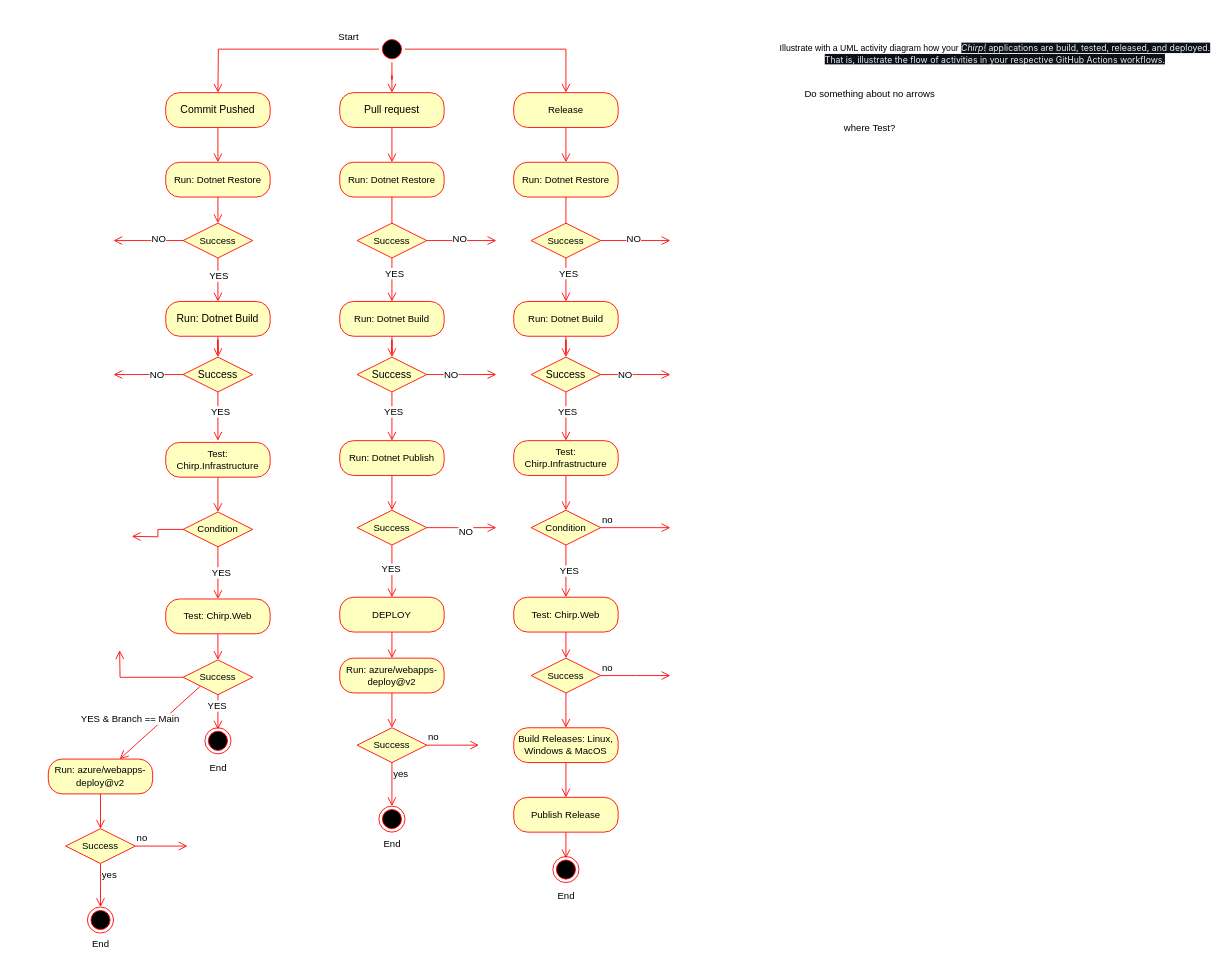
This is docs/images/BuildTestReleaseDeploy.drawio from ITU-BDSA23-GROUP22/Chirp, a draw.io file, before an edit. Source tidied: cells renumbered, new cells numbered last; positions are measured from the earlier drawing's top-left corner, leaving out a move shared by most shapes. Both pictures are drawn from the tidied source at 87%, with x=0, y=0 at pixel (48, 23).
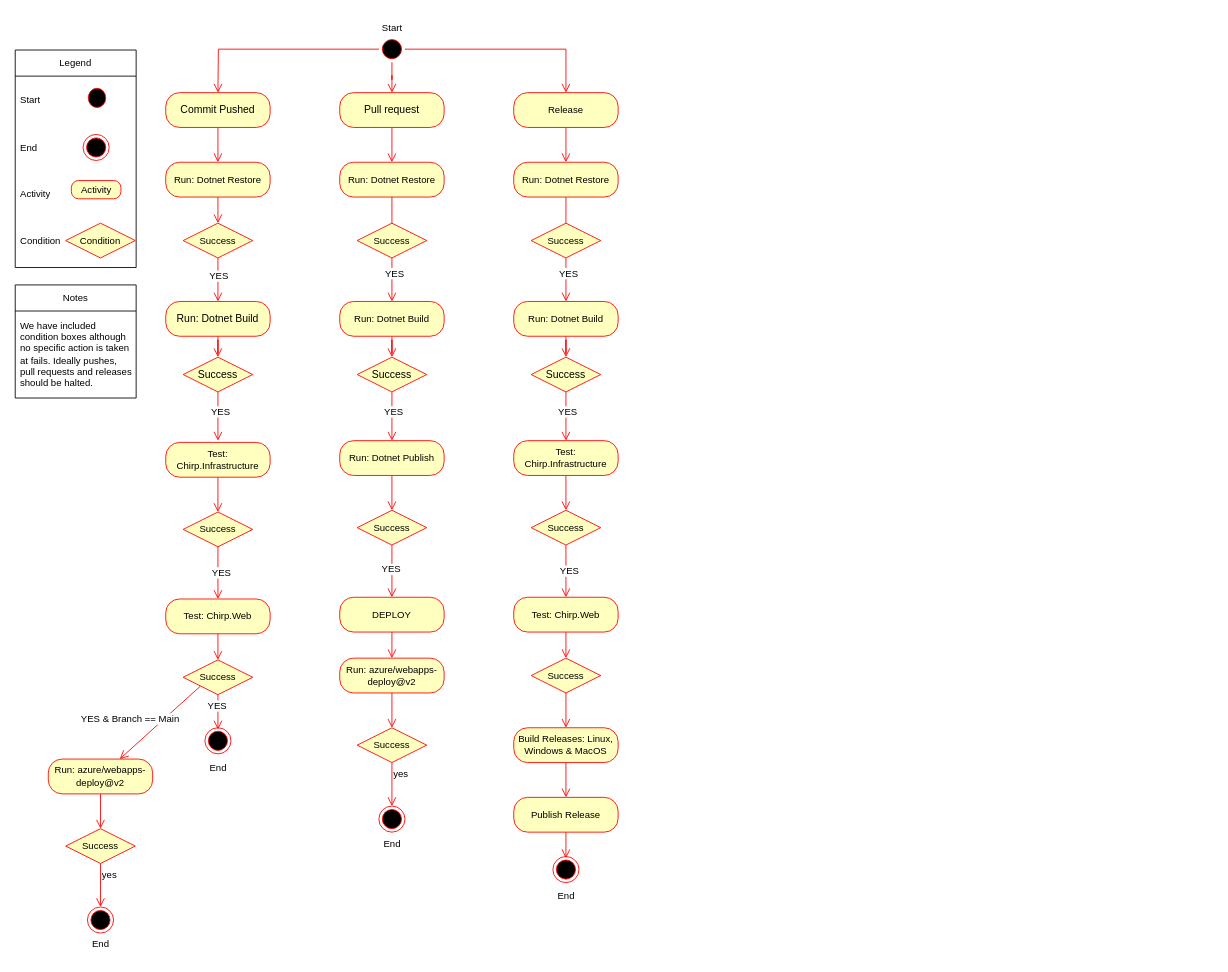
After the change.

Unchanged cells that the change refers to:
```xml
<mxCell id="13" value="Success" style="rhombus;whiteSpace=wrap;html=1;fontColor=#000000;fillColor=#ffffc0;strokeColor=#ff0000;" parent="1" vertex="1">
  <mxGeometry x="155" y="383" width="80" height="40" as="geometry" />
</mxCell>
<mxCell id="25" value="Success" style="rhombus;whiteSpace=wrap;html=1;fontColor=#000000;fillColor=#ffffc0;strokeColor=#ff0000;" parent="1" vertex="1">
  <mxGeometry x="355" y="383" width="80" height="40" as="geometry" />
</mxCell>
<mxCell id="36" value="Success" style="rhombus;whiteSpace=wrap;html=1;fontColor=#000000;fillColor=#ffffc0;strokeColor=#ff0000;fontFamily=Helvetica;fontSize=11;" parent="1" vertex="1">
  <mxGeometry x="355" y="229" width="80" height="40" as="geometry" />
</mxCell>
<mxCell id="41" value="Success" style="rhombus;whiteSpace=wrap;html=1;fontColor=#000000;fillColor=#ffffc0;strokeColor=#ff0000;fontFamily=Helvetica;fontSize=11;" parent="1" vertex="1">
  <mxGeometry x="155" y="229" width="80" height="40" as="geometry" />
</mxCell>
<mxCell id="46" value="Success" style="rhombus;whiteSpace=wrap;html=1;fontColor=#000000;fillColor=#ffffc0;strokeColor=#ff0000;fontFamily=Helvetica;fontSize=11;" parent="1" vertex="1">
  <mxGeometry x="355" y="559" width="80" height="40" as="geometry" />
</mxCell>
<mxCell id="51" value="Success" style="rhombus;whiteSpace=wrap;html=1;fontColor=#000000;fillColor=#ffffc0;strokeColor=#ff0000;fontFamily=Helvetica;fontSize=11;" parent="1" vertex="1">
  <mxGeometry x="355" y="809" width="80" height="40" as="geometry" />
</mxCell>
<mxCell id="64" value="Success" style="rhombus;whiteSpace=wrap;html=1;fontColor=#000000;fillColor=#ffffc0;strokeColor=#ff0000;" parent="1" vertex="1">
  <mxGeometry x="555" y="383" width="80" height="40" as="geometry" />
</mxCell>
<mxCell id="71" value="Success" style="rhombus;whiteSpace=wrap;html=1;fontColor=#000000;fillColor=#ffffc0;strokeColor=#ff0000;fontFamily=Helvetica;fontSize=11;" parent="1" vertex="1">
  <mxGeometry x="555" y="229" width="80" height="40" as="geometry" />
</mxCell>
<mxCell id="81" value="Success" style="rhombus;whiteSpace=wrap;html=1;fontColor=#000000;fillColor=#ffffc0;strokeColor=#ff0000;fontFamily=Helvetica;fontSize=11;" parent="1" vertex="1">
  <mxGeometry x="555" y="729" width="80" height="40" as="geometry" />
</mxCell>
<mxCell id="103" value="Success" style="rhombus;whiteSpace=wrap;html=1;fontColor=#000000;fillColor=#ffffc0;strokeColor=#ff0000;fontFamily=Helvetica;fontSize=11;" parent="1" vertex="1">
  <mxGeometry x="155" y="731" width="80" height="40" as="geometry" />
</mxCell>
<mxCell id="108" value="Success" style="rhombus;whiteSpace=wrap;html=1;fontColor=#000000;fillColor=#ffffc0;strokeColor=#ff0000;fontFamily=Helvetica;fontSize=11;" parent="1" vertex="1">
  <mxGeometry x="20" y="925" width="80" height="40" as="geometry" />
</mxCell>
```

Change to the diagram source:
```diff
@@
-    <mxCell id="2" value="Illustrate with a UML activity diagram how your&amp;nbsp;&lt;em style=&quot;box-sizing: border-box; color: rgb(230, 237, 243); font-family: -apple-system, BlinkMacSystemFont, &amp;quot;Segoe UI&amp;quot;, &amp;quot;Noto Sans&amp;quot;, Helvetica, Arial, sans-serif, &amp;quot;Apple Color Emoji&amp;quot;, &amp;quot;Segoe UI Emoji&amp;quot;; font-size: 10px; text-align: start; background-color: rgb(13, 17, 23);&quot;&gt;Chirp!&lt;/em&gt;&lt;span style=&quot;color: rgb(230, 237, 243); font-family: -apple-system, BlinkMacSystemFont, &amp;quot;Segoe UI&amp;quot;, &amp;quot;Noto Sans&amp;quot;, Helvetica, Arial, sans-serif, &amp;quot;Apple Color Emoji&amp;quot;, &amp;quot;Segoe UI Emoji&amp;quot;; font-size: 10px; text-align: start; background-color: rgb(13, 17, 23);&quot;&gt;&amp;nbsp;applications are build, tested, released, and deployed. &lt;br style=&quot;font-size: 10px;&quot;&gt;That is, illustrate the flow of activities in your respective GitHub Actions workflows.&lt;/span&gt;" style="text;html=1;align=center;verticalAlign=middle;strokeColor=none;fillColor=none;fontSize=10;" parent="1" vertex="1">
-      <mxGeometry x="838" y="14" width="500" height="40" as="geometry" />
-    </mxCell>
@@
-    <mxCell id="11" style="edgeStyle=orthogonalEdgeStyle;shape=connector;rounded=0;jettySize=auto;html=1;exitX=0;exitY=0.5;exitDx=0;exitDy=0;labelBackgroundColor=default;strokeColor=#ff0000;align=center;verticalAlign=bottom;fontFamily=Helvetica;fontSize=11;fontColor=default;endArrow=open;endSize=8;" parent="1" edge="1" source="13">
-      <mxGeometry relative="1" as="geometry">
-        <mxPoint x="75" y="403" as="targetPoint" />
-      </mxGeometry>
-    </mxCell>
-    <mxCell id="12" value="NO" style="edgeLabel;html=1;align=center;verticalAlign=middle;fontSize=11;fontFamily=Helvetica;fontColor=default;" parent="11" vertex="1">
-      <mxGeometry x="-0.22" relative="1" as="geometry" />
-    </mxCell>
@@
     <mxCell id="18" value="Start" style="text;html=1;align=center;verticalAlign=middle;strokeColor=none;fillColor=none;fontSize=11;fontFamily=Helvetica;fontColor=default;" parent="1" vertex="1">
-      <mxGeometry x="320" width="50" height="30" as="geometry" />
+      <mxGeometry x="370" y="-10" width="50" height="30" as="geometry" />
     </mxCell>
@@
-    <mxCell id="21" style="edgeStyle=orthogonalEdgeStyle;shape=connector;rounded=0;jettySize=auto;html=1;labelBackgroundColor=default;strokeColor=#ff0000;align=center;verticalAlign=bottom;fontFamily=Helvetica;fontSize=11;fontColor=default;endArrow=open;endSize=8;" parent="1" edge="1" source="25">
-      <mxGeometry relative="1" as="geometry">
-        <mxPoint x="515" y="403" as="targetPoint" />
-      </mxGeometry>
-    </mxCell>
-    <mxCell id="22" value="NO" style="edgeLabel;html=1;align=center;verticalAlign=middle;fontSize=11;fontFamily=Helvetica;fontColor=default;" parent="21" vertex="1">
-      <mxGeometry x="-0.33" y="1" relative="1" as="geometry" />
-    </mxCell>
@@
-    <mxCell id="34" style="edgeStyle=orthogonalEdgeStyle;shape=connector;rounded=0;jettySize=auto;html=1;labelBackgroundColor=default;strokeColor=#ff0000;align=center;verticalAlign=bottom;fontFamily=Helvetica;fontSize=11;fontColor=default;endArrow=open;endSize=8;" parent="1" edge="1" source="36">
-      <mxGeometry relative="1" as="geometry">
-        <mxPoint x="515" y="249" as="targetPoint" />
-      </mxGeometry>
-    </mxCell>
-    <mxCell id="35" value="NO" style="edgeLabel;html=1;align=center;verticalAlign=middle;fontSize=11;fontFamily=Helvetica;fontColor=default;" parent="34" vertex="1">
-      <mxGeometry x="-0.07" y="3" relative="1" as="geometry" />
-    </mxCell>
@@
-    <mxCell id="39" style="edgeStyle=orthogonalEdgeStyle;shape=connector;rounded=0;jettySize=auto;html=1;exitX=0;exitY=0.5;exitDx=0;exitDy=0;labelBackgroundColor=default;strokeColor=#ff0000;align=center;verticalAlign=bottom;fontFamily=Helvetica;fontSize=11;fontColor=default;endArrow=open;endSize=8;" parent="1" edge="1" source="41">
-      <mxGeometry relative="1" as="geometry">
-        <mxPoint x="75" y="249" as="targetPoint" />
-      </mxGeometry>
-    </mxCell>
-    <mxCell id="40" value="NO" style="edgeLabel;html=1;align=center;verticalAlign=middle;fontSize=11;fontFamily=Helvetica;fontColor=default;" parent="39" vertex="1">
-      <mxGeometry x="-0.28" y="-3" relative="1" as="geometry" />
-    </mxCell>
@@
-    <mxCell id="42" style="edgeStyle=orthogonalEdgeStyle;shape=connector;rounded=0;jettySize=auto;html=1;exitX=1;exitY=0.5;exitDx=0;exitDy=0;labelBackgroundColor=default;strokeColor=#ff0000;align=center;verticalAlign=bottom;fontFamily=Helvetica;fontSize=11;fontColor=default;endArrow=open;endSize=8;" parent="1" edge="1" source="46">
-      <mxGeometry relative="1" as="geometry">
-        <mxPoint x="515" y="579" as="targetPoint" />
-      </mxGeometry>
-    </mxCell>
-    <mxCell id="43" value="NO" style="edgeLabel;html=1;align=center;verticalAlign=middle;fontSize=11;fontFamily=Helvetica;fontColor=default;" parent="42" vertex="1">
-      <mxGeometry x="0.13" y="-4" relative="1" as="geometry" />
-    </mxCell>
@@
-    <mxCell id="52" value="no" style="edgeStyle=orthogonalEdgeStyle;html=1;align=left;verticalAlign=bottom;endArrow=open;endSize=8;strokeColor=#ff0000;rounded=0;labelBackgroundColor=default;fontFamily=Helvetica;fontSize=11;fontColor=default;shape=connector;" parent="1" edge="1" source="51">
-      <mxGeometry x="-1" relative="1" as="geometry">
-        <mxPoint x="495" y="829" as="targetPoint" />
-      </mxGeometry>
-    </mxCell>
@@
-    <mxCell id="60" style="edgeStyle=orthogonalEdgeStyle;shape=connector;rounded=0;jettySize=auto;html=1;labelBackgroundColor=default;strokeColor=#ff0000;align=center;verticalAlign=bottom;fontFamily=Helvetica;fontSize=11;fontColor=default;endArrow=open;endSize=8;" parent="1" edge="1" source="64">
-      <mxGeometry relative="1" as="geometry">
-        <mxPoint x="715" y="403" as="targetPoint" />
-      </mxGeometry>
-    </mxCell>
-    <mxCell id="61" value="NO" style="edgeLabel;html=1;align=center;verticalAlign=middle;fontSize=11;fontFamily=Helvetica;fontColor=default;" parent="60" vertex="1">
-      <mxGeometry x="-0.33" y="1" relative="1" as="geometry" />
-    </mxCell>
@@
-    <mxCell id="69" style="edgeStyle=orthogonalEdgeStyle;shape=connector;rounded=0;jettySize=auto;html=1;labelBackgroundColor=default;strokeColor=#ff0000;align=center;verticalAlign=bottom;fontFamily=Helvetica;fontSize=11;fontColor=default;endArrow=open;endSize=8;" parent="1" edge="1" source="71">
-      <mxGeometry relative="1" as="geometry">
-        <mxPoint x="715" y="249" as="targetPoint" />
-      </mxGeometry>
-    </mxCell>
-    <mxCell id="70" value="NO" style="edgeLabel;html=1;align=center;verticalAlign=middle;fontSize=11;fontFamily=Helvetica;fontColor=default;" parent="69" vertex="1">
-      <mxGeometry x="-0.07" y="3" relative="1" as="geometry" />
-    </mxCell>
@@
-    <mxCell id="74" value="Condition" style="rhombus;whiteSpace=wrap;html=1;fontColor=#000000;fillColor=#ffffc0;strokeColor=#ff0000;fontFamily=Helvetica;fontSize=11;" parent="1" vertex="1">
+    <mxCell id="74" value="Success" style="rhombus;whiteSpace=wrap;html=1;fontColor=#000000;fillColor=#ffffc0;strokeColor=#ff0000;fontFamily=Helvetica;fontSize=11;" parent="1" vertex="1">
       <mxGeometry x="555" y="559" width="80" height="40" as="geometry" />
     </mxCell>
-    <mxCell id="75" value="no" style="edgeStyle=orthogonalEdgeStyle;html=1;align=left;verticalAlign=bottom;endArrow=open;endSize=8;strokeColor=#ff0000;rounded=0;labelBackgroundColor=default;fontFamily=Helvetica;fontSize=11;fontColor=default;shape=connector;" parent="1" edge="1" source="74">
-      <mxGeometry x="-1" relative="1" as="geometry">
-        <mxPoint x="715" y="579" as="targetPoint" />
-      </mxGeometry>
-    </mxCell>
@@
-    <mxCell id="82" value="no" style="edgeStyle=orthogonalEdgeStyle;html=1;align=left;verticalAlign=bottom;endArrow=open;endSize=8;strokeColor=#ff0000;rounded=0;labelBackgroundColor=default;fontFamily=Helvetica;fontSize=11;fontColor=default;shape=connector;" parent="1" edge="1" source="81">
-      <mxGeometry x="-1" relative="1" as="geometry">
-        <mxPoint x="715" y="749" as="targetPoint" />
-      </mxGeometry>
-    </mxCell>
@@
-    <mxCell id="89" value="Do something about no arrows&lt;br&gt;&lt;br&gt;&lt;br&gt;where Test?" style="text;html=1;align=center;verticalAlign=middle;strokeColor=none;fillColor=none;fontSize=11;fontFamily=Helvetica;fontColor=default;" parent="1" vertex="1">
-      <mxGeometry x="860" y="67" width="168" height="65" as="geometry" />
-    </mxCell>
@@
-    <mxCell id="92" style="edgeStyle=orthogonalEdgeStyle;shape=connector;rounded=0;jettySize=auto;html=1;exitX=0;exitY=0.5;exitDx=0;exitDy=0;labelBackgroundColor=default;strokeColor=#ff0000;align=center;verticalAlign=bottom;fontFamily=Helvetica;fontSize=11;fontColor=default;endArrow=open;endSize=8;" parent="1" edge="1" source="93">
-      <mxGeometry relative="1" as="geometry">
-        <mxPoint x="96" y="589" as="targetPoint" />
-      </mxGeometry>
-    </mxCell>
-    <mxCell id="93" value="Condition" style="rhombus;whiteSpace=wrap;html=1;fontColor=#000000;fillColor=#ffffc0;strokeColor=#ff0000;fontFamily=Helvetica;fontSize=11;" parent="1" vertex="1">
+    <mxCell id="93" value="Success" style="rhombus;whiteSpace=wrap;html=1;fontColor=#000000;fillColor=#ffffc0;strokeColor=#ff0000;fontFamily=Helvetica;fontSize=11;" parent="1" vertex="1">
       <mxGeometry x="155" y="561" width="80" height="40" as="geometry" />
     </mxCell>
@@
-    <mxCell id="100" style="edgeStyle=orthogonalEdgeStyle;shape=connector;rounded=0;jettySize=auto;html=1;exitX=0;exitY=0.5;exitDx=0;exitDy=0;labelBackgroundColor=default;strokeColor=#ff0000;align=center;verticalAlign=bottom;fontFamily=Helvetica;fontSize=11;fontColor=default;endArrow=open;endSize=8;" parent="1" edge="1" source="103">
-      <mxGeometry relative="1" as="geometry">
-        <mxPoint x="82" y="720" as="targetPoint" />
-      </mxGeometry>
-    </mxCell>
@@
-    <mxCell id="109" value="no" style="edgeStyle=orthogonalEdgeStyle;html=1;align=left;verticalAlign=bottom;endArrow=open;endSize=8;strokeColor=#ff0000;rounded=0;labelBackgroundColor=default;fontFamily=Helvetica;fontSize=11;fontColor=default;shape=connector;" parent="1" edge="1" source="108">
-      <mxGeometry x="-1" relative="1" as="geometry">
-        <mxPoint x="160" y="945" as="targetPoint" />
-      </mxGeometry>
-    </mxCell>
@@
+    <mxCell id="113" value="Legend" style="swimlane;fontStyle=0;horizontal=1;startSize=30;whiteSpace=wrap;html=1;fontFamily=Helvetica;fontSize=11;fontColor=default;" parent="1" vertex="1">
+      <mxGeometry x="-38" y="30" width="139" height="250" as="geometry" />
+    </mxCell>
+    <mxCell id="114" value="Start" style="text;strokeColor=none;fillColor=none;align=left;verticalAlign=middle;spacingLeft=4;spacingRight=4;overflow=hidden;whiteSpace=wrap;html=1;fontSize=11;fontFamily=Helvetica;fontColor=default;" parent="113" vertex="1">
+      <mxGeometry y="30" width="139" height="54" as="geometry" />
+    </mxCell>
+    <mxCell id="115" value="End" style="text;strokeColor=none;fillColor=none;align=left;verticalAlign=middle;spacingLeft=4;spacingRight=4;overflow=hidden;whiteSpace=wrap;html=1;fontSize=11;fontFamily=Helvetica;fontColor=default;" parent="113" vertex="1">
+      <mxGeometry y="84" width="139" height="56" as="geometry" />
+    </mxCell>
+    <mxCell id="116" value="Activity" style="text;strokeColor=none;fillColor=none;align=left;verticalAlign=middle;spacingLeft=4;spacingRight=4;overflow=hidden;whiteSpace=wrap;html=1;fontSize=11;fontFamily=Helvetica;fontColor=default;" parent="113" vertex="1">
+      <mxGeometry y="140" width="139" height="50" as="geometry" />
+    </mxCell>
+    <mxCell id="117" value="Condition" style="text;strokeColor=none;fillColor=none;align=left;verticalAlign=middle;spacingLeft=4;spacingRight=4;overflow=hidden;whiteSpace=wrap;html=1;fontSize=11;fontFamily=Helvetica;fontColor=default;" parent="113" vertex="1">
+      <mxGeometry y="190" width="139" height="60" as="geometry" />
+    </mxCell>
+    <mxCell id="118" style="ellipse;html=1;shape=startState;fillColor=#000000;strokeColor=#ff0000;fontFamily=Helvetica;fontSize=11;fontColor=default;" parent="1" vertex="1">
+      <mxGeometry x="42" y="70" width="28" height="30" as="geometry" />
+    </mxCell>
+    <mxCell id="119" style="ellipse;html=1;shape=endState;fillColor=#000000;strokeColor=#ff0000;fontFamily=Helvetica;fontSize=11;fontColor=default;" parent="1" vertex="1">
+      <mxGeometry x="40" y="127" width="30" height="30" as="geometry" />
+    </mxCell>
+    <mxCell id="120" value="Activity" style="rounded=1;whiteSpace=wrap;html=1;arcSize=40;fontColor=#000000;fillColor=#ffffc0;strokeColor=#ff0000;fontFamily=Helvetica;fontSize=11;" parent="1" vertex="1">
+      <mxGeometry x="26.5" y="180" width="57" height="21" as="geometry" />
+    </mxCell>
+    <mxCell id="121" value="Condition" style="rhombus;whiteSpace=wrap;html=1;fontColor=#000000;fillColor=#ffffc0;strokeColor=#ff0000;fontFamily=Helvetica;fontSize=11;" parent="1" vertex="1">
+      <mxGeometry x="20" y="229" width="80" height="40" as="geometry" />
+    </mxCell>
+    <mxCell id="122" value="Notes" style="swimlane;fontStyle=0;horizontal=1;startSize=30;whiteSpace=wrap;html=1;fontFamily=Helvetica;fontSize=11;fontColor=default;" parent="1" vertex="1">
+      <mxGeometry x="-38" y="300" width="139" height="130" as="geometry" />
+    </mxCell>
+    <mxCell id="123" value="We have included condition boxes although no specific action is taken at fails. Ideally pushes, pull requests and releases should be halted." style="text;strokeColor=none;fillColor=none;align=left;verticalAlign=middle;spacingLeft=4;spacingRight=4;overflow=hidden;whiteSpace=wrap;html=1;fontSize=11;fontFamily=Helvetica;fontColor=default;" parent="122" vertex="1">
+      <mxGeometry y="30" width="139" height="100" as="geometry" />
+    </mxCell>
```
